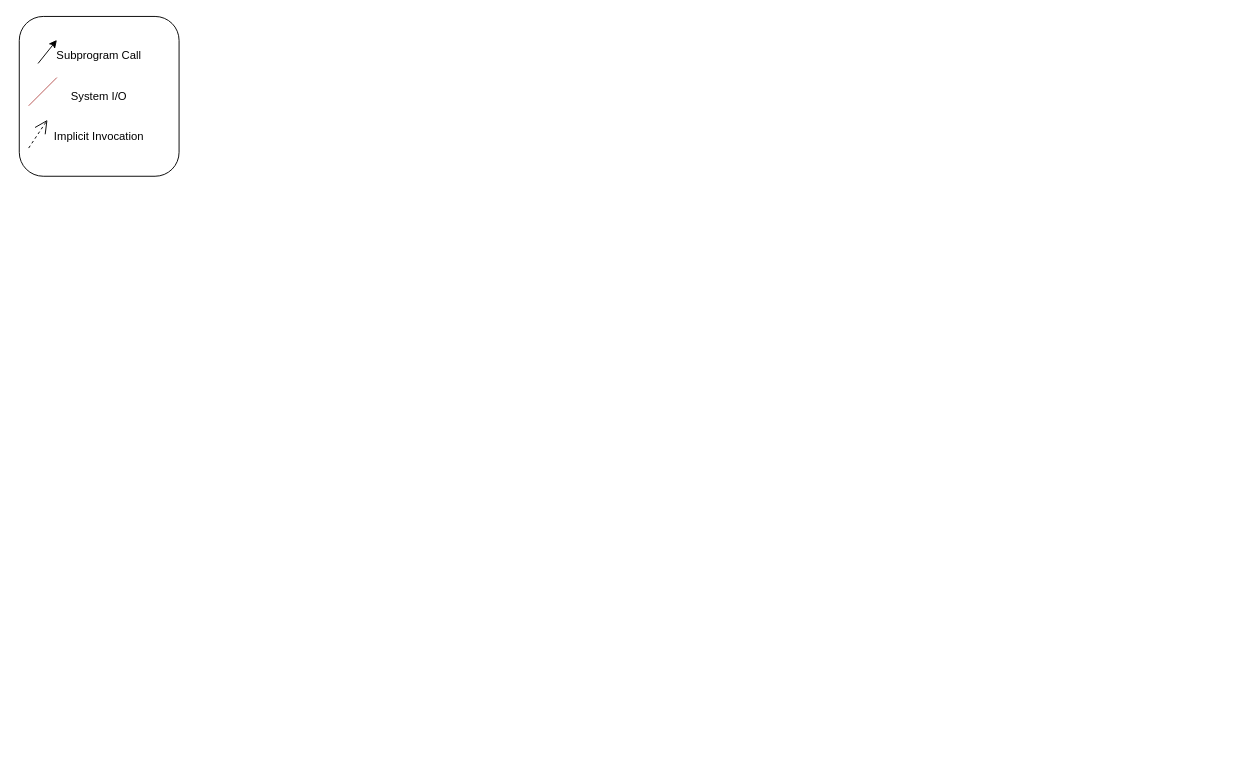
Earlier version of the draw.io diagram To-Do List Builder/implicit_invocation_2.drawio (kntnguyen94/To-Do-List-Builder). Source tidied: cells renumbered, new cells numbered last; positions are measured from the earlier drawing's top-left corner, leaving out a move shared by most shapes. Both pictures are drawn from the tidied source at 94%, with x=0, y=0 at pixel (19, 16).
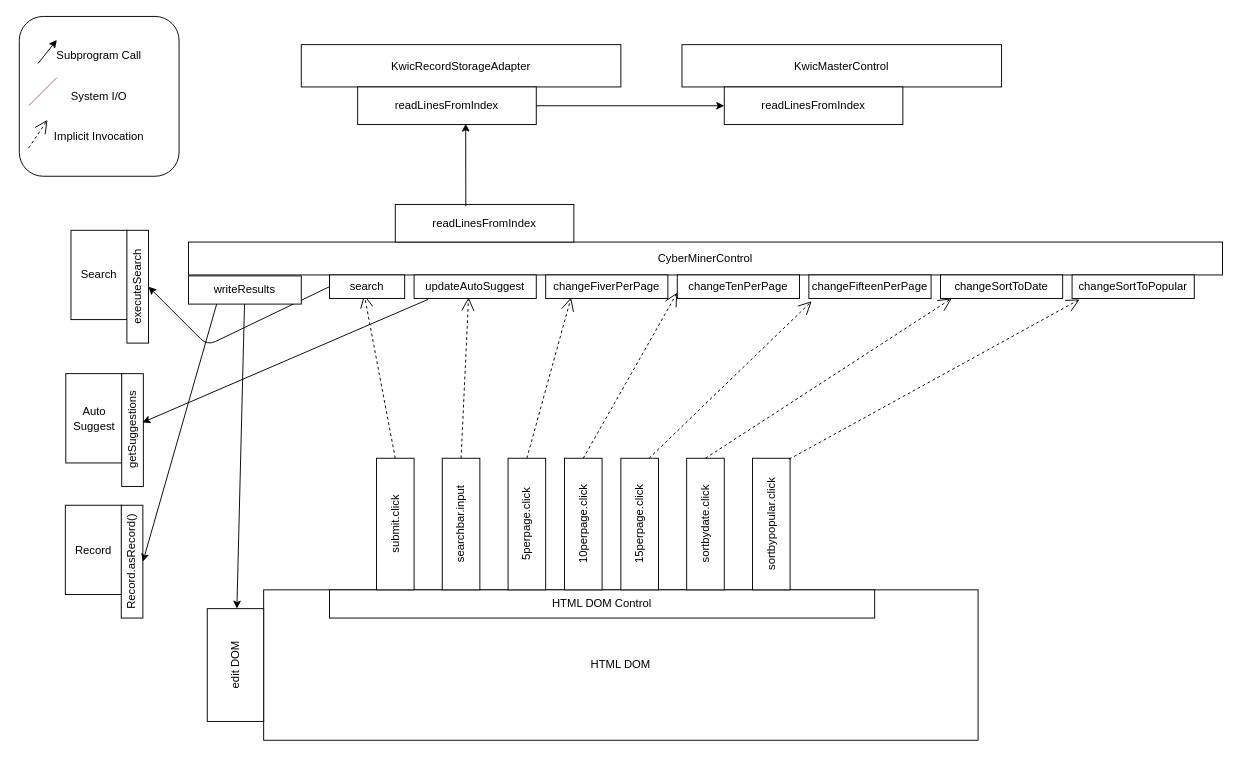
The same page after the edit.

What changed in the source:
```diff
@@
+    <mxCell id="6" value="HTML DOM" style="rounded=0;whiteSpace=wrap;html=1;" parent="1" vertex="1">
+      <mxGeometry x="260" y="610" width="760" height="160" as="geometry" />
+    </mxCell>
@@
+    <mxCell id="7" value="CyberMinerControl" style="rounded=0;whiteSpace=wrap;html=1;" parent="1" vertex="1">
+      <mxGeometry x="180" y="240" width="1100" height="35" as="geometry" />
+    </mxCell>
+    <mxCell id="8" value="HTML DOM Control" style="rounded=0;whiteSpace=wrap;html=1;" parent="1" vertex="1">
+      <mxGeometry x="330" y="610" width="580" height="30" as="geometry" />
+    </mxCell>
+    <mxCell id="9" value="submit.click" style="rounded=0;whiteSpace=wrap;html=1;rotation=-90;" parent="1" vertex="1">
+      <mxGeometry x="330" y="520" width="140" height="40" as="geometry" />
+    </mxCell>
+    <mxCell id="10" value="searchbar.input" style="rounded=0;whiteSpace=wrap;html=1;rotation=-90;" parent="1" vertex="1">
+      <mxGeometry x="400" y="520" width="140" height="40" as="geometry" />
+    </mxCell>
+    <mxCell id="11" value="5perpage.click" style="rounded=0;whiteSpace=wrap;html=1;rotation=-90;" parent="1" vertex="1">
+      <mxGeometry x="470" y="520" width="140" height="40" as="geometry" />
+    </mxCell>
+    <mxCell id="12" value="10perpage.click" style="rounded=0;whiteSpace=wrap;html=1;rotation=-90;" parent="1" vertex="1">
+      <mxGeometry x="530" y="520" width="140" height="40" as="geometry" />
+    </mxCell>
+    <mxCell id="13" value="15perpage.click" style="rounded=0;whiteSpace=wrap;html=1;rotation=-90;" parent="1" vertex="1">
+      <mxGeometry x="590" y="520" width="140" height="40" as="geometry" />
+    </mxCell>
+    <mxCell id="14" value="sortbydate.click" style="rounded=0;whiteSpace=wrap;html=1;rotation=-90;" parent="1" vertex="1">
+      <mxGeometry x="660" y="520" width="140" height="40" as="geometry" />
+    </mxCell>
+    <mxCell id="15" value="sortbypopular.click" style="rounded=0;whiteSpace=wrap;html=1;rotation=-90;" parent="1" vertex="1">
+      <mxGeometry x="730" y="520" width="140" height="40" as="geometry" />
+    </mxCell>
+    <mxCell id="16" style="endArrow=open;endSize=12;dashed=1;html=1;entryX=0.462;entryY=0.833;entryDx=0;entryDy=0;entryPerimeter=0;" parent="1" edge="1" target="17">
+      <mxGeometry relative="1" as="geometry">
+        <mxPoint x="400" y="470" as="sourcePoint" />
+      </mxGeometry>
+    </mxCell>
+    <mxCell id="17" value="search" style="rounded=0;whiteSpace=wrap;html=1;rotation=0;" parent="1" vertex="1">
+      <mxGeometry x="330" y="275" width="80" height="25" as="geometry" />
+    </mxCell>
+    <mxCell id="18" value="KwicRecordStorageAdapter" style="rounded=0;whiteSpace=wrap;html=1;" parent="1" vertex="1">
+      <mxGeometry x="300" y="30" width="340" height="45" as="geometry" />
+    </mxCell>
+    <mxCell id="19" value="updateAutoSuggest" style="rounded=0;whiteSpace=wrap;html=1;rotation=0;" parent="1" vertex="1">
+      <mxGeometry x="420" y="275" width="130" height="25" as="geometry" />
+    </mxCell>
+    <mxCell id="20" value="changeFiverPerPage" style="rounded=0;whiteSpace=wrap;html=1;rotation=0;" parent="1" vertex="1">
+      <mxGeometry x="560" y="275" width="130" height="25" as="geometry" />
+    </mxCell>
+    <mxCell id="21" value="changeTenPerPage" style="rounded=0;whiteSpace=wrap;html=1;rotation=0;" parent="1" vertex="1">
+      <mxGeometry x="700" y="275" width="130" height="25" as="geometry" />
+    </mxCell>
+    <mxCell id="22" value="changeFifteenPerPage" style="rounded=0;whiteSpace=wrap;html=1;rotation=0;" parent="1" vertex="1">
+      <mxGeometry x="840" y="275" width="130" height="25" as="geometry" />
+    </mxCell>
+    <mxCell id="23" value="changeSortToDate" style="rounded=0;whiteSpace=wrap;html=1;rotation=0;" parent="1" vertex="1">
+      <mxGeometry x="980" y="275" width="130" height="25" as="geometry" />
+    </mxCell>
+    <mxCell id="24" value="changeSortToPopular" style="rounded=0;whiteSpace=wrap;html=1;rotation=0;" parent="1" vertex="1">
+      <mxGeometry x="1120" y="275" width="130" height="25" as="geometry" />
+    </mxCell>
+    <mxCell id="25" style="endArrow=open;endSize=12;dashed=1;html=1;entryX=0.446;entryY=0.96;entryDx=0;entryDy=0;entryPerimeter=0;exitX=1;exitY=0.5;exitDx=0;exitDy=0;" parent="1" edge="1" source="10" target="19">
+      <mxGeometry relative="1" as="geometry" />
+    </mxCell>
+    <mxCell id="26" style="endArrow=open;endSize=12;dashed=1;html=1;entryX=0.208;entryY=0.96;entryDx=0;entryDy=0;entryPerimeter=0;exitX=1;exitY=0.5;exitDx=0;exitDy=0;" parent="1" edge="1" source="11" target="20">
+      <mxGeometry relative="1" as="geometry" />
+    </mxCell>
+    <mxCell id="27" style="endArrow=open;endSize=12;dashed=1;html=1;entryX=0;entryY=0.75;entryDx=0;entryDy=0;exitX=1;exitY=0.5;exitDx=0;exitDy=0;" parent="1" edge="1" source="12" target="21">
+      <mxGeometry relative="1" as="geometry" />
+    </mxCell>
+    <mxCell id="28" style="endArrow=open;endSize=12;dashed=1;html=1;entryX=0.023;entryY=1.12;entryDx=0;entryDy=0;entryPerimeter=0;exitX=1;exitY=0.75;exitDx=0;exitDy=0;" parent="1" edge="1" source="13" target="22">
+      <mxGeometry relative="1" as="geometry" />
+    </mxCell>
+    <mxCell id="29" style="endArrow=open;endSize=12;dashed=1;html=1;entryX=0.092;entryY=1;entryDx=0;entryDy=0;entryPerimeter=0;exitX=1;exitY=0.5;exitDx=0;exitDy=0;" parent="1" edge="1" source="14" target="23">
+      <mxGeometry relative="1" as="geometry" />
+    </mxCell>
+    <mxCell id="30" style="endArrow=open;endSize=12;dashed=1;html=1;entryX=0.062;entryY=1.04;entryDx=0;entryDy=0;entryPerimeter=0;exitX=0.993;exitY=0.975;exitDx=0;exitDy=0;exitPerimeter=0;" parent="1" edge="1" source="15" target="24">
+      <mxGeometry relative="1" as="geometry" />
+    </mxCell>
+    <mxCell id="31" value="readLinesFromIndex" style="rounded=0;whiteSpace=wrap;html=1;" parent="1" vertex="1">
+      <mxGeometry x="400" y="200" width="190" height="40" as="geometry" />
+    </mxCell>
+    <mxCell id="32" value="readLinesFromIndex" style="rounded=0;whiteSpace=wrap;html=1;" parent="1" vertex="1">
+      <mxGeometry x="360" y="75" width="190" height="40" as="geometry" />
+    </mxCell>
+    <mxCell id="33" value="Search" style="rounded=0;whiteSpace=wrap;html=1;rotation=0;" parent="1" vertex="1">
+      <mxGeometry x="55" y="227.5" width="60" height="95" as="geometry" />
+    </mxCell>
+    <mxCell id="34" value="executeSearch" style="rounded=0;whiteSpace=wrap;html=1;rotation=-90;" parent="1" vertex="1">
+      <mxGeometry x="66" y="276" width="120" height="23" as="geometry" />
+    </mxCell>
+    <mxCell id="35" style="endArrow=classic;html=1;exitX=0;exitY=0.5;exitDx=0;exitDy=0;entryX=0.5;entryY=1;entryDx=0;entryDy=0;" parent="1" edge="1" source="17" target="34">
+      <mxGeometry relative="1" as="geometry">
+        <Array as="points">
+          <mxPoint x="200" y="350" />
+        </Array>
+      </mxGeometry>
+    </mxCell>
+    <mxCell id="36" value="writeResults" style="rounded=0;whiteSpace=wrap;html=1;" parent="1" vertex="1">
+      <mxGeometry x="180" y="276" width="120" height="30" as="geometry" />
+    </mxCell>
+    <mxCell id="37" style="endArrow=classic;html=1;" parent="1" edge="1" source="36" target="38">
+      <mxGeometry relative="1" as="geometry" />
+    </mxCell>
+    <mxCell id="38" value="edit DOM" style="rounded=0;whiteSpace=wrap;html=1;rotation=-90;" parent="1" vertex="1">
+      <mxGeometry x="170" y="660" width="120" height="60" as="geometry" />
+    </mxCell>
+    <mxCell id="39" value="Auto&lt;br&gt;Suggest" style="rounded=0;whiteSpace=wrap;html=1;rotation=0;" parent="1" vertex="1">
+      <mxGeometry x="49.5" y="380" width="60" height="95" as="geometry" />
+    </mxCell>
+    <mxCell id="40" value="getSuggestions" style="rounded=0;whiteSpace=wrap;html=1;rotation=-90;" parent="1" vertex="1">
+      <mxGeometry x="60.5" y="428.5" width="120" height="23" as="geometry" />
+    </mxCell>
+    <mxCell id="41" style="endArrow=classic;html=1;exitX=0.115;exitY=1.04;exitDx=0;exitDy=0;exitPerimeter=0;entryX=0.567;entryY=0.957;entryDx=0;entryDy=0;entryPerimeter=0;" parent="1" edge="1" source="19" target="40">
+      <mxGeometry relative="1" as="geometry" />
+    </mxCell>
+    <mxCell id="42" value="Record" style="rounded=0;whiteSpace=wrap;html=1;rotation=0;" parent="1" vertex="1">
+      <mxGeometry x="49" y="520" width="60" height="95" as="geometry" />
+    </mxCell>
+    <mxCell id="43" value="Record.asRecord()" style="rounded=0;whiteSpace=wrap;html=1;rotation=-90;" parent="1" vertex="1">
+      <mxGeometry x="60" y="568.5" width="120" height="23" as="geometry" />
+    </mxCell>
+    <mxCell id="44" style="endArrow=classic;html=1;exitX=0.25;exitY=1;exitDx=0;exitDy=0;entryX=0.5;entryY=1;entryDx=0;entryDy=0;" parent="1" edge="1" source="36" target="43">
+      <mxGeometry relative="1" as="geometry" />
+    </mxCell>
+    <mxCell id="45" value="KwicMasterControl" style="rounded=0;whiteSpace=wrap;html=1;" parent="1" vertex="1">
+      <mxGeometry x="705" y="30" width="340" height="45" as="geometry" />
+    </mxCell>
+    <mxCell id="46" value="readLinesFromIndex" style="rounded=0;whiteSpace=wrap;html=1;" parent="1" vertex="1">
+      <mxGeometry x="750" y="75" width="190" height="40" as="geometry" />
+    </mxCell>
+    <mxCell id="47" style="endArrow=classic;html=1;exitX=0.395;exitY=0.05;exitDx=0;exitDy=0;exitPerimeter=0;entryX=0.605;entryY=0.975;entryDx=0;entryDy=0;entryPerimeter=0;" parent="1" edge="1" source="31" target="32">
+      <mxGeometry relative="1" as="geometry" />
+    </mxCell>
+    <mxCell id="48" style="endArrow=classic;html=1;exitX=1;exitY=0.5;exitDx=0;exitDy=0;entryX=0;entryY=0.5;entryDx=0;entryDy=0;" parent="1" edge="1" source="32" target="46">
+      <mxGeometry relative="1" as="geometry" />
+    </mxCell>
```
